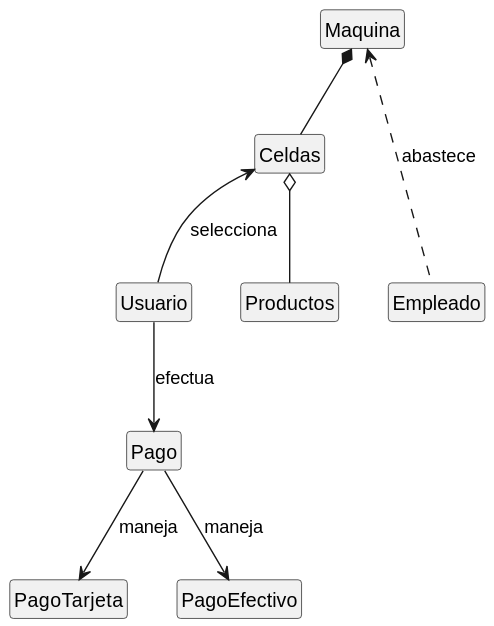
The PlantUML diagram documentos/modeloDeDominio/diagramaDeClases/diagramaDeClasesRelaciones.svg in mmasias/24-25-IdSw2-SDD, before a commit.
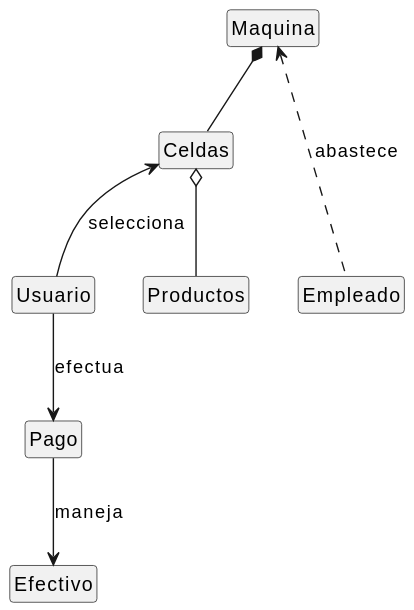
After the change.

What changed in the source:
```diff
@@ -4,8 +4,7 @@
 
 class Maquina
 class Pago
-class PagoTarjeta
-class PagoEfectivo
+class Efectivo
 class Usuario
 class Productos
 class Celdas
@@ -16,6 +15,5 @@
 Usuario -U-> Celdas : selecciona
 Usuario --> Pago : efectua
 Empleado .U..> Maquina : abastece
-Pago --> PagoEfectivo : maneja
-Pago --> PagoTarjeta : maneja
+Pago --> Efectivo : maneja
 @enduml
```
